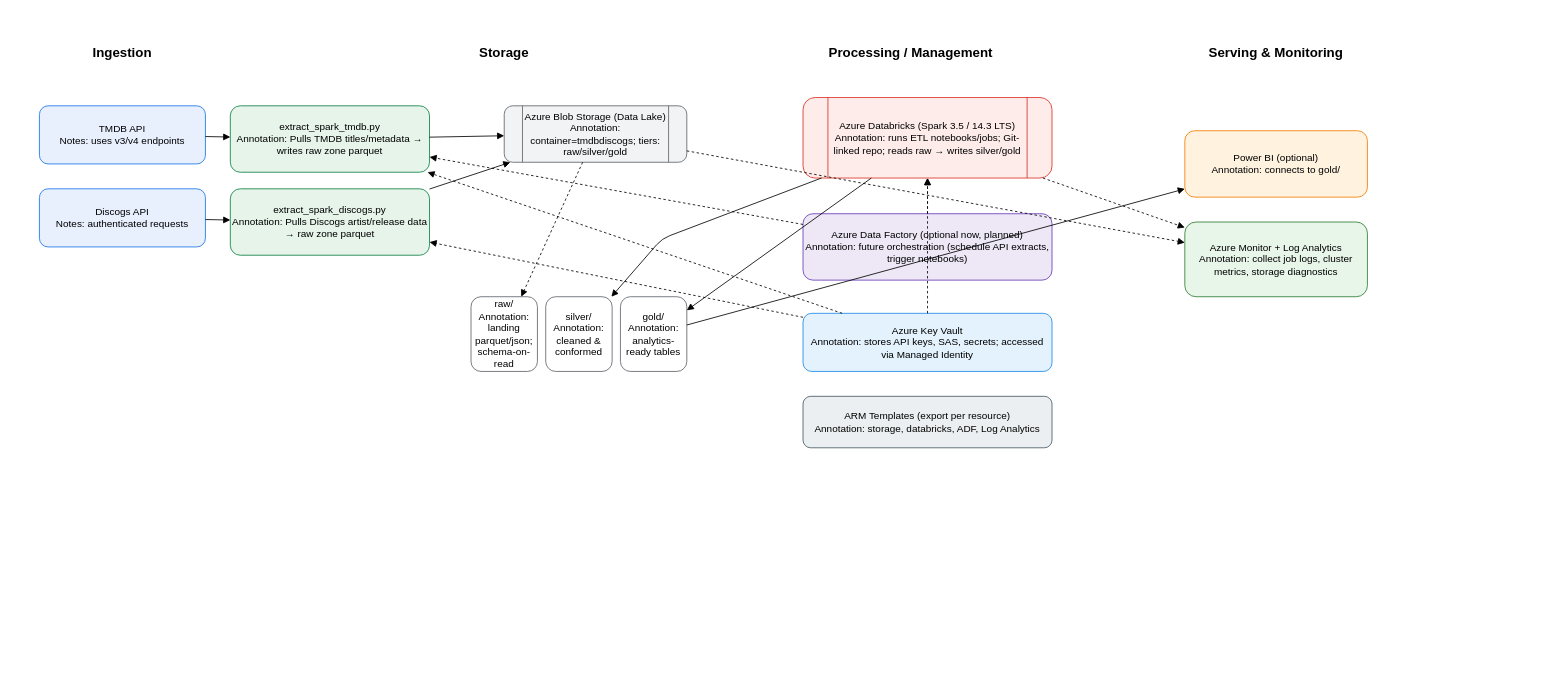
Before: architecture/diagrams/step7_architecture_draft.drawio in mtholahan/unguided-capstone-project, a draw.io diagram. Source tidied: cells renumbered, new cells numbered last; positions are measured from the earlier drawing's top-left corner, leaving out a move shared by most shapes. Both pictures are drawn from the tidied source at 83%, with x=0, y=0 at pixel (39, 39).
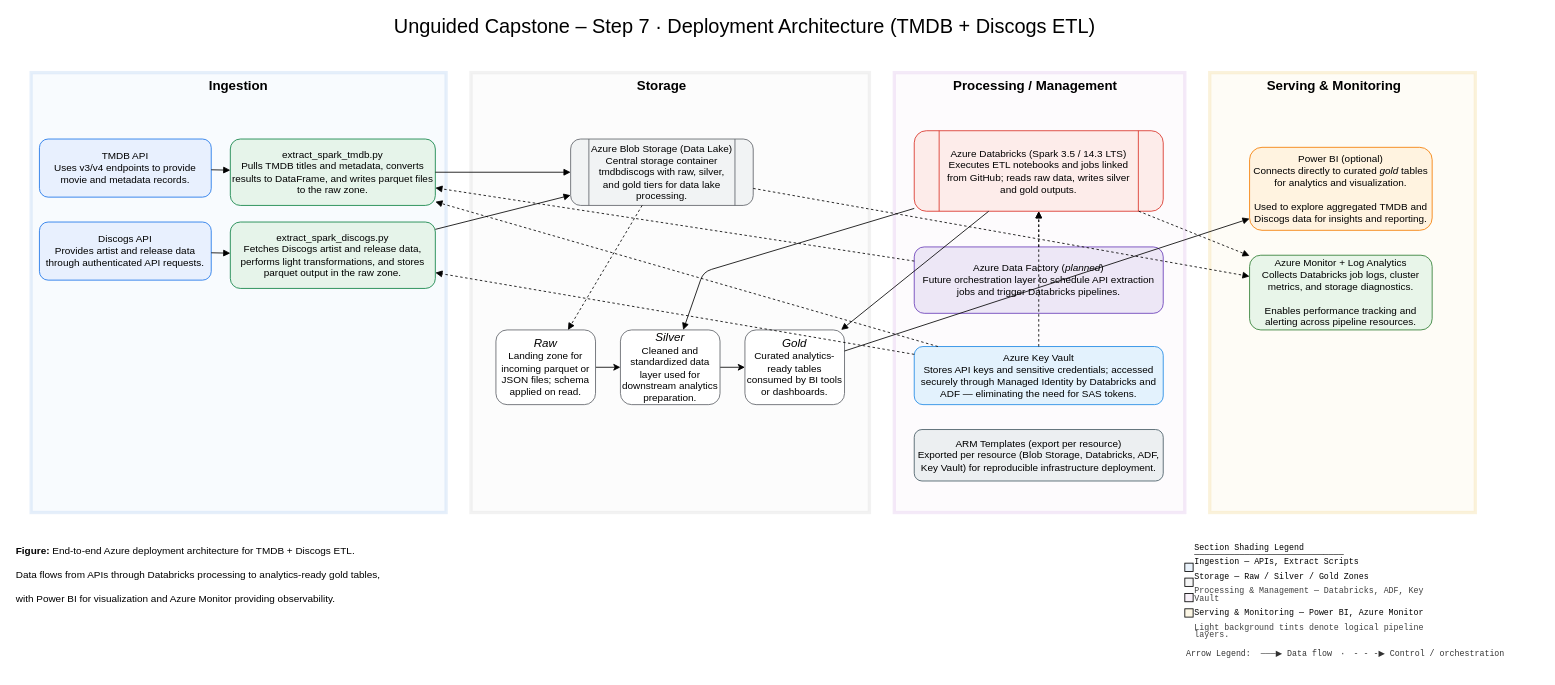
Above is the later version.

Commit message (it also covers changes not shown here):
drawio architecture diagram and png export.

Diff of the diagram source:
```diff
@@
+    <mxCell id="35" style="whiteSpace=wrap;html=1;fillColor=#FDF7E5;strokeColor=#F0DA9C;opacity=35;strokeWidth=4;" parent="1" vertex="1">
+      <mxGeometry x="1410" y="40" width="320" height="530" as="geometry" />
+    </mxCell>
+    <mxCell id="36" style="whiteSpace=wrap;html=1;fillColor=#F9F2FA;strokeColor=#DEC3EB;opacity=35;strokeWidth=4;" parent="1" vertex="1">
+      <mxGeometry x="1030" y="40" width="350" height="530" as="geometry" />
+    </mxCell>
+    <mxCell id="37" style="whiteSpace=wrap;html=1;fillColor=#F6F6F6;strokeColor=#D9D9D9;opacity=35;strokeWidth=4;" parent="1" vertex="1">
+      <mxGeometry x="520" y="40" width="480" height="530" as="geometry" />
+    </mxCell>
+    <mxCell id="38" style="whiteSpace=wrap;html=1;fillColor=#EAF3FC;opacity=35;gradientColor=none;strokeColor=#B7D0F0;perimeterSpacing=0;strokeWidth=4;" parent="1" vertex="1">
+      <mxGeometry x="-10" y="40" width="500" height="530" as="geometry" />
+    </mxCell>
     <mxCell id="2" value="Ingestion" style="text;align=center;verticalAlign=middle;fontSize=16;fontStyle=1;" parent="1" vertex="1">
-      <mxGeometry x="20" width="160" height="30" as="geometry" />
+      <mxGeometry x="160" y="40" width="160" height="30" as="geometry" />
     </mxCell>
     <mxCell id="3" value="Storage" style="text;align=center;verticalAlign=middle;fontSize=16;fontStyle=1;" parent="1" vertex="1">
-      <mxGeometry x="480" width="160" height="30" as="geometry" />
+      <mxGeometry x="670" y="40" width="160" height="30" as="geometry" />
     </mxCell>
     <mxCell id="4" value="Processing / Management" style="text;align=center;verticalAlign=middle;fontSize=16;fontStyle=1;" parent="1" vertex="1">
-      <mxGeometry x="920" width="260" height="30" as="geometry" />
+      <mxGeometry x="1070" y="40" width="260" height="30" as="geometry" />
     </mxCell>
     <mxCell id="5" value="Serving &amp; Monitoring" style="text;align=center;verticalAlign=middle;fontSize=16;fontStyle=1;" parent="1" vertex="1">
-      <mxGeometry x="1380" width="220" height="30" as="geometry" />
+      <mxGeometry x="1450" y="40" width="220" height="30" as="geometry" />
     </mxCell>
-    <mxCell id="6" value="TMDB API&#10;Notes: uses v3/v4 endpoints" style="rounded=1;whiteSpace=wrap;html=1;strokeColor=#1a73e8;fillColor=#e8f0fe;" parent="1" vertex="1">
-      <mxGeometry y="80" width="200" height="70" as="geometry" />
+    <mxCell id="6" value="TMDB API&lt;br&gt;Uses v3/v4 endpoints to provide movie and metadata records." style="rounded=1;whiteSpace=wrap;html=1;strokeColor=#1a73e8;fillColor=#e8f0fe;" parent="1" vertex="1">
+      <mxGeometry y="120" width="207" height="70" as="geometry" />
     </mxCell>
-    <mxCell id="7" value="Discogs API&#10;Notes: authenticated requests" style="rounded=1;whiteSpace=wrap;html=1;strokeColor=#1a73e8;fillColor=#e8f0fe;" parent="1" vertex="1">
-      <mxGeometry y="180" width="200" height="70" as="geometry" />
+    <mxCell id="7" value="Discogs API&lt;br&gt;Provides artist and release data through authenticated API requests." style="rounded=1;whiteSpace=wrap;html=1;strokeColor=#1a73e8;fillColor=#e8f0fe;" parent="1" vertex="1">
+      <mxGeometry y="220" width="207" height="70" as="geometry" />
     </mxCell>
-    <mxCell id="8" value="extract_spark_tmdb.py&#10;Annotation: Pulls TMDB titles/metadata → writes raw zone parquet" style="rounded=1;whiteSpace=wrap;html=1;strokeColor=#0b8043;fillColor=#e6f4ea;" parent="1" vertex="1">
-      <mxGeometry x="230" y="80" width="240" height="80" as="geometry" />
+    <mxCell id="8" value="extract_spark_tmdb.py&lt;br&gt;Pulls TMDB titles and metadata, converts results to DataFrame, and writes parquet files to the raw zone." style="rounded=1;whiteSpace=wrap;html=1;strokeColor=#0b8043;fillColor=#e6f4ea;" parent="1" vertex="1">
+      <mxGeometry x="230" y="120" width="247" height="80" as="geometry" />
     </mxCell>
-    <mxCell id="9" value="extract_spark_discogs.py&#10;Annotation: Pulls Discogs artist/release data → raw zone parquet" style="rounded=1;whiteSpace=wrap;html=1;strokeColor=#0b8043;fillColor=#e6f4ea;" parent="1" vertex="1">
-      <mxGeometry x="230" y="180" width="240" height="80" as="geometry" />
+    <mxCell id="9" value="extract_spark_discogs.py&lt;br&gt;Fetches Discogs artist and release data, performs light transformations, and stores parquet output in the raw zone." style="rounded=1;whiteSpace=wrap;html=1;strokeColor=#0b8043;fillColor=#e6f4ea;" parent="1" vertex="1">
+      <mxGeometry x="230" y="220" width="247" height="80" as="geometry" />
     </mxCell>
-    <mxCell id="10" value="Azure Blob Storage (Data Lake)&#10;Annotation: container=tmdbdiscogs; tiers: raw/silver/gold" style="shape=process;rounded=1;whiteSpace=wrap;html=1;strokeColor=#5f6368;fillColor=#f1f3f4;" parent="1" vertex="1">
-      <mxGeometry x="560" y="80" width="220" height="68" as="geometry" />
+    <mxCell id="10" value="Azure Blob Storage (Data Lake)&lt;br&gt;Central storage container tmdbdiscogs with raw, silver, and gold tiers for data lake processing." style="shape=process;rounded=1;whiteSpace=wrap;html=1;strokeColor=#5f6368;fillColor=#f1f3f4;" parent="1" vertex="1">
+      <mxGeometry x="640" y="120" width="220" height="80" as="geometry" />
     </mxCell>
+    <mxCell id="39" style="edgeStyle=none;html=1;entryX=0;entryY=0.5;entryDx=0;entryDy=0;" parent="1" edge="1" source="11" target="12">
+      <mxGeometry relative="1" as="geometry" />
+    </mxCell>
-    <mxCell id="11" value="raw/&#10;Annotation: landing parquet/json; schema-on-read" style="rounded=1;whiteSpace=wrap;html=1;strokeColor=#5f6368;fillColor=#ffffff;" parent="1" vertex="1">
-      <mxGeometry x="520" y="310" width="80" height="90" as="geometry" />
+    <mxCell id="11" value="&lt;i&gt;&lt;font style=&quot;font-size: 14px;&quot;&gt;Raw&lt;/font&gt;&lt;/i&gt;&lt;br&gt;Landing zone for incoming parquet or JSON files; schema applied on read." style="rounded=1;whiteSpace=wrap;html=1;strokeColor=#5f6368;fillColor=#ffffff;" parent="1" vertex="1">
+      <mxGeometry x="550" y="350" width="120" height="90" as="geometry" />
     </mxCell>
+    <mxCell id="40" style="edgeStyle=none;html=1;" parent="1" edge="1" source="12" target="13">
+      <mxGeometry relative="1" as="geometry" />
+    </mxCell>
-    <mxCell id="12" value="silver/&#10;Annotation: cleaned &amp; conformed" style="rounded=1;whiteSpace=wrap;html=1;strokeColor=#5f6368;fillColor=#ffffff;" parent="1" vertex="1">
-      <mxGeometry x="610" y="310" width="80" height="90" as="geometry" />
+    <mxCell id="12" value="&lt;i&gt;&lt;font style=&quot;font-size: 14px;&quot;&gt;Silver&lt;/font&gt;&lt;/i&gt;&lt;br&gt;Cleaned and standardized data layer used for downstream analytics preparation." style="rounded=1;whiteSpace=wrap;html=1;strokeColor=#5f6368;fillColor=#ffffff;" parent="1" vertex="1">
+      <mxGeometry x="700" y="350" width="120" height="90" as="geometry" />
     </mxCell>
-    <mxCell id="13" value="gold/&#10;Annotation: analytics-ready tables" style="rounded=1;whiteSpace=wrap;html=1;strokeColor=#5f6368;fillColor=#ffffff;" parent="1" vertex="1">
-      <mxGeometry x="700" y="310" width="80" height="90" as="geometry" />
+    <mxCell id="13" value="&lt;i&gt;&lt;font style=&quot;font-size: 14px;&quot;&gt;Gold&lt;/font&gt;&lt;/i&gt;&lt;br&gt;Curated analytics-ready tables consumed by BI tools or dashboards." style="rounded=1;whiteSpace=wrap;html=1;strokeColor=#5f6368;fillColor=#ffffff;" parent="1" vertex="1">
+      <mxGeometry x="850" y="350" width="120" height="90" as="geometry" />
     </mxCell>
-    <mxCell id="14" value="Azure Databricks (Spark 3.5 / 14.3 LTS)&#10;Annotation: runs ETL notebooks/jobs; Git-linked repo; reads raw → writes silver/gold" style="shape=process;rounded=1;whiteSpace=wrap;html=1;strokeColor=#d93025;fillColor=#fdecea;" parent="1" vertex="1">
-      <mxGeometry x="920" y="70" width="300" height="97" as="geometry" />
+    <mxCell id="14" value="Azure Databricks (Spark 3.5 / 14.3 LTS)&lt;br&gt;Executes ETL notebooks and jobs linked from GitHub; reads raw data, writes silver and gold outputs." style="shape=process;rounded=1;whiteSpace=wrap;html=1;strokeColor=#d93025;fillColor=#fdecea;" parent="1" vertex="1">
+      <mxGeometry x="1054" y="110" width="300" height="97" as="geometry" />
     </mxCell>
-    <mxCell id="15" value="Azure Data Factory (optional now, planned)&#10;Annotation: future orchestration (schedule API extracts, trigger notebooks)" style="rounded=1;whiteSpace=wrap;html=1;strokeColor=#673ab7;fillColor=#ede7f6;" parent="1" vertex="1">
-      <mxGeometry x="920" y="210" width="300" height="80" as="geometry" />
+    <mxCell id="15" value="Azure Data Factory (&lt;i&gt;planned&lt;/i&gt;)&lt;br&gt;Future orchestration layer to schedule API extraction jobs and trigger Databricks pipelines." style="rounded=1;whiteSpace=wrap;html=1;strokeColor=#673ab7;fillColor=#ede7f6;" parent="1" vertex="1">
+      <mxGeometry x="1054" y="250" width="300" height="80" as="geometry" />
     </mxCell>
-    <mxCell id="16" value="Azure Key Vault&#10;Annotation: stores API keys, SAS, secrets; accessed via Managed Identity" style="rounded=1;whiteSpace=wrap;html=1;strokeColor=#1e88e5;fillColor=#e3f2fd;" parent="1" vertex="1">
-      <mxGeometry x="920" y="330" width="300" height="70" as="geometry" />
+    <mxCell id="16" value="Azure Key Vault&lt;br&gt;Stores API keys and sensitive credentials; accessed securely through Managed Identity by Databricks and ADF — eliminating the need for SAS tokens." style="rounded=1;whiteSpace=wrap;html=1;strokeColor=#1e88e5;fillColor=#e3f2fd;" parent="1" vertex="1">
+      <mxGeometry x="1054" y="370" width="300" height="70" as="geometry" />
     </mxCell>
-    <mxCell id="17" value="ARM Templates (export per resource)&#10;Annotation: storage, databricks, ADF, Log Analytics" style="rounded=1;whiteSpace=wrap;html=1;strokeColor=#455a64;fillColor=#eceff1;" parent="1" vertex="1">
-      <mxGeometry x="920" y="430" width="300" height="62" as="geometry" />
+    <mxCell id="17" value="ARM Templates (export per resource)&lt;br&gt;Exported per resource (Blob Storage, Databricks, ADF, Key Vault) for reproducible infrastructure deployment." style="rounded=1;whiteSpace=wrap;html=1;strokeColor=#455a64;fillColor=#eceff1;" parent="1" vertex="1">
+      <mxGeometry x="1054" y="470" width="300" height="62" as="geometry" />
     </mxCell>
-    <mxCell id="18" value="Power BI (optional)&#10;Annotation: connects to gold/" style="rounded=1;whiteSpace=wrap;html=1;strokeColor=#f57c00;fillColor=#fff3e0;" parent="1" vertex="1">
-      <mxGeometry x="1380" y="110" width="220" height="80" as="geometry" />
+    <mxCell id="18" value="Power BI (optional)&lt;br&gt;Connects directly to curated &lt;em&gt;gold&lt;/em&gt; tables for analytics and visualization.&lt;br&gt;&lt;br/&gt;Used to explore aggregated TMDB and Discogs data for insights and reporting." style="rounded=1;whiteSpace=wrap;html=1;strokeColor=#f57c00;fillColor=#fff3e0;" parent="1" vertex="1">
+      <mxGeometry x="1458" y="130" width="220" height="100" as="geometry" />
     </mxCell>
-    <mxCell id="19" value="Azure Monitor + Log Analytics&#10;Annotation: collect job logs, cluster metrics, storage diagnostics" style="rounded=1;whiteSpace=wrap;html=1;strokeColor=#2e7d32;fillColor=#e8f5e9;" parent="1" vertex="1">
-      <mxGeometry x="1380" y="220" width="220" height="90" as="geometry" />
+    <mxCell id="19" value="Azure Monitor + Log Analytics&lt;br&gt;Collects Databricks job logs, cluster metrics, and storage diagnostics.&lt;br&gt;&lt;br/&gt;Enables performance tracking and alerting across pipeline resources." style="rounded=1;whiteSpace=wrap;html=1;strokeColor=#2e7d32;fillColor=#e8f5e9;" parent="1" vertex="1">
+      <mxGeometry x="1458" y="260" width="220" height="90" as="geometry" />
     </mxCell>
@@
     <mxCell id="25" style="endArrow=block;" parent="1" edge="1" source="14" target="12">
       <mxGeometry relative="1" as="geometry">
         <Array as="points">
-          <mxPoint x="750" y="240" />
+          <mxPoint x="800" y="280" />
         </Array>
       </mxGeometry>
     </mxCell>
@@
+    <mxCell id="41" value="&lt;font style=&quot;font-size: 24px;&quot;&gt;Unguided Capstone – Step 7 · Deployment Architecture (TMDB + Discogs ETL)&lt;/font&gt;" style="text;strokeColor=none;align=center;fillColor=none;html=1;verticalAlign=middle;whiteSpace=wrap;rounded=0;" parent="1" vertex="1">
+      <mxGeometry x="-10" y="-30" width="1720" height="30" as="geometry" />
+    </mxCell>
+    <mxCell id="42" value="&lt;strong&gt;Figure:&lt;/strong&gt; End-to-end Azure deployment architecture for TMDB + Discogs ETL.&lt;br&gt;&lt;br&gt;Data flows from APIs through Databricks processing to analytics-ready gold tables,&lt;br&gt;&lt;br&gt;with Power BI for visualization and Azure Monitor providing observability." style="text;html=1;align=left;verticalAlign=middle;strokeColor=none;fillColor=none;" parent="1" vertex="1">
+      <mxGeometry x="-30" y="600" width="460" height="90" as="geometry" />
+    </mxCell>
+    <mxCell id="43" value="&lt;div style=&quot;line-height: 70%;&quot;&gt;&lt;div&gt;&lt;font color=&quot;#000000&quot;&gt;&lt;span style=&quot;font-size: 10px; line-height: 70%;&quot;&gt;Section Shading Legend&lt;/span&gt;&lt;/font&gt;&lt;/div&gt;&lt;div&gt;&lt;font color=&quot;#000000&quot;&gt;&lt;span style=&quot;font-size: 10px; line-height: 70%;&quot;&gt;──────────────────────────────&lt;/span&gt;&lt;/font&gt;&lt;/div&gt;&lt;div&gt;&lt;font color=&quot;#000000&quot;&gt;&lt;span style=&quot;font-size: 10px; line-height: 70%;&quot;&gt;Ingestion — APIs, Extract Scripts&lt;/span&gt;&lt;/font&gt;&lt;/div&gt;&lt;div&gt;&lt;font color=&quot;#000000&quot;&gt;&lt;span style=&quot;font-size: 10px;&quot;&gt;&lt;br&gt;&lt;/span&gt;&lt;/font&gt;&lt;/div&gt;&lt;div&gt;&lt;font color=&quot;#000000&quot;&gt;&lt;span style=&quot;font-size: 10px; line-height: 70%;&quot;&gt;Storage — Raw / Silver / Gold Zones&lt;/span&gt;&lt;/font&gt;&lt;/div&gt;&lt;div&gt;&lt;font color=&quot;#000000&quot;&gt;&lt;span style=&quot;font-size: 10px;&quot;&gt;&lt;br&gt;&lt;/span&gt;&lt;/font&gt;&lt;/div&gt;&lt;div&gt;&lt;span style=&quot;color: rgb(63, 63, 63); font-size: 10px; background-color: transparent; line-height: 70%;&quot;&gt;Processing &amp;amp; Management — Databricks, ADF, Key Vault&lt;/span&gt;&lt;/div&gt;&lt;div&gt;&lt;font color=&quot;#000000&quot;&gt;&lt;span style=&quot;font-size: 10px;&quot;&gt;&lt;br&gt;&lt;/span&gt;&lt;/font&gt;&lt;/div&gt;&lt;div&gt;&lt;font color=&quot;#000000&quot;&gt;&lt;span style=&quot;font-size: 10px; line-height: 70%;&quot;&gt;Serving &amp;amp; Monitoring — Power BI, Azure Monitor&lt;/span&gt;&lt;/font&gt;&lt;/div&gt;&lt;div&gt;&lt;font color=&quot;#000000&quot;&gt;&lt;span style=&quot;font-size: 10px;&quot;&gt;&lt;br&gt;&lt;/span&gt;&lt;/font&gt;&lt;/div&gt;&lt;div&gt;&lt;span style=&quot;color: rgb(63, 63, 63); font-size: 10px; background-color: transparent; line-height: 70%;&quot;&gt;Light background tints denote logical pipeline layers.&lt;/span&gt;&lt;/div&gt;&lt;/div&gt;&lt;div&gt;&lt;br&gt;&lt;/div&gt;" style="text;strokeColor=none;align=left;fillColor=none;html=1;verticalAlign=middle;whiteSpace=wrap;rounded=0;fontFamily=Consolas;" parent="1" vertex="1">
+      <mxGeometry x="1390" y="610" width="310" height="123" as="geometry" />
+    </mxCell>
+    <mxCell id="44" style="whiteSpace=wrap;html=1;fontColor=#FF66FF;fillColor=#EAF3FC;" parent="1" vertex="1">
+      <mxGeometry x="1380" y="631" width="10" height="10" as="geometry" />
+    </mxCell>
+    <mxCell id="45" style="whiteSpace=wrap;html=1;fontColor=#FF66FF;fillColor=#F6F6F6;" parent="1" vertex="1">
+      <mxGeometry x="1380" y="649" width="10" height="10" as="geometry" />
+    </mxCell>
+    <mxCell id="46" style="whiteSpace=wrap;html=1;fontColor=#FF66FF;fillColor=#F9F2FA;" parent="1" vertex="1">
+      <mxGeometry x="1380" y="667.5" width="10" height="10" as="geometry" />
+    </mxCell>
+    <mxCell id="47" style="whiteSpace=wrap;html=1;fontColor=#FF66FF;fillColor=#FDF7E5;" parent="1" vertex="1">
+      <mxGeometry x="1380" y="686" width="10" height="10" as="geometry" />
+    </mxCell>
+    <mxCell id="48" value="&lt;div&gt;&lt;font style=&quot;font-size: 10px;&quot; color=&quot;#000000&quot;&gt;Arrow Legend:&amp;nbsp; ───▶ Data flow · - - -▶ Control / orchestration&lt;/font&gt;&lt;/div&gt;&lt;div&gt;&lt;br&gt;&lt;/div&gt;" style="text;strokeColor=none;align=left;fillColor=none;html=1;verticalAlign=middle;whiteSpace=wrap;rounded=0;fontFamily=Consolas;textOpacity=80;" parent="1" vertex="1">
+      <mxGeometry x="1380" y="733" width="430" height="27" as="geometry" />
+    </mxCell>
```
